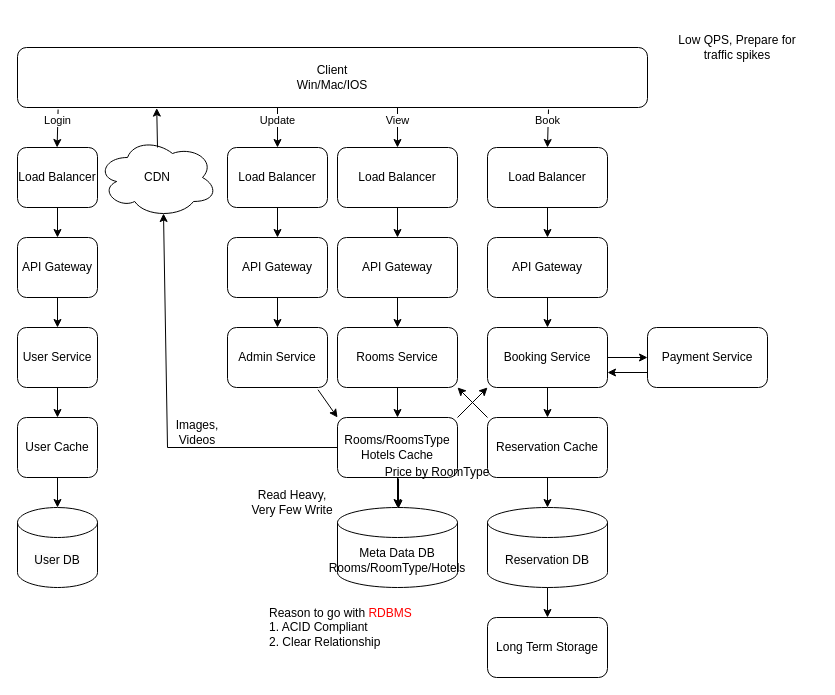
This is 12_TicketBooking.drawio from xwq172677170/SysdDiagram, a draw.io file, before an edit. Source tidied: cells renumbered, new cells numbered last; positions are measured from the earlier drawing's top-left corner, leaving out a move shared by most shapes. Both pictures are drawn from the tidied source at 100%, with x=0, y=0 at pixel (17, 17).
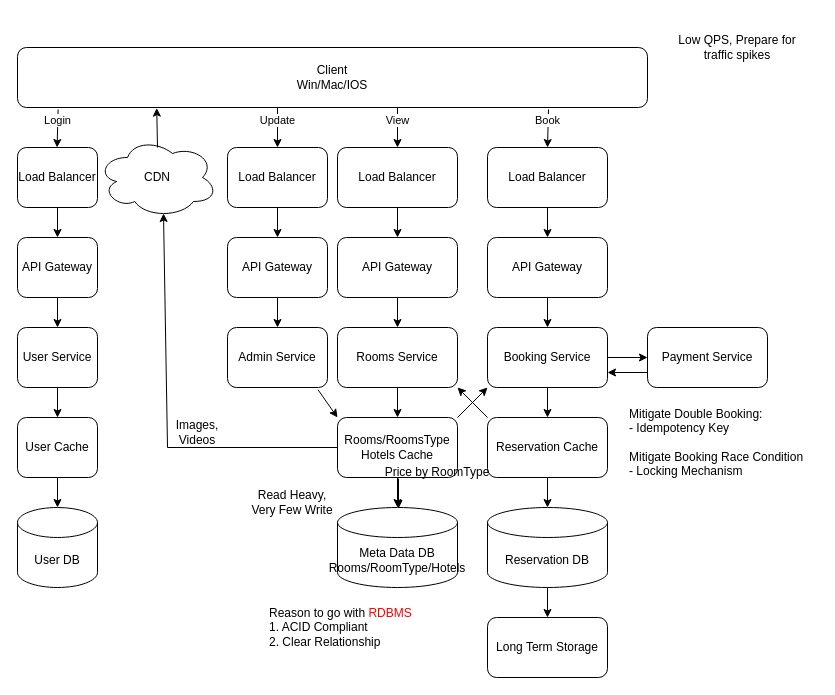
After the change.

The edit, as a diff of the source:
```diff
@@
+    <mxCell id="60" value="Mitigate Double Booking:&lt;br&gt;&lt;div style=&quot;&quot;&gt;&lt;span style=&quot;background-color: initial;&quot;&gt;- Idempotency Key&lt;/span&gt;&lt;/div&gt;&lt;div style=&quot;&quot;&gt;&lt;span style=&quot;background-color: initial;&quot;&gt;&lt;br&gt;&lt;/span&gt;&lt;/div&gt;&lt;div style=&quot;&quot;&gt;&lt;span style=&quot;background-color: initial;&quot;&gt;Mitigate Booking Race Condition&lt;/span&gt;&lt;/div&gt;&lt;div style=&quot;&quot;&gt;&lt;span style=&quot;background-color: initial;&quot;&gt;- Locking Mechanism&lt;/span&gt;&lt;/div&gt;" style="text;html=1;strokeColor=none;fillColor=none;align=left;verticalAlign=middle;whiteSpace=wrap;rounded=0;" parent="1" vertex="1">
+      <mxGeometry x="610" y="380" width="190" height="90" as="geometry" />
+    </mxCell>
```
